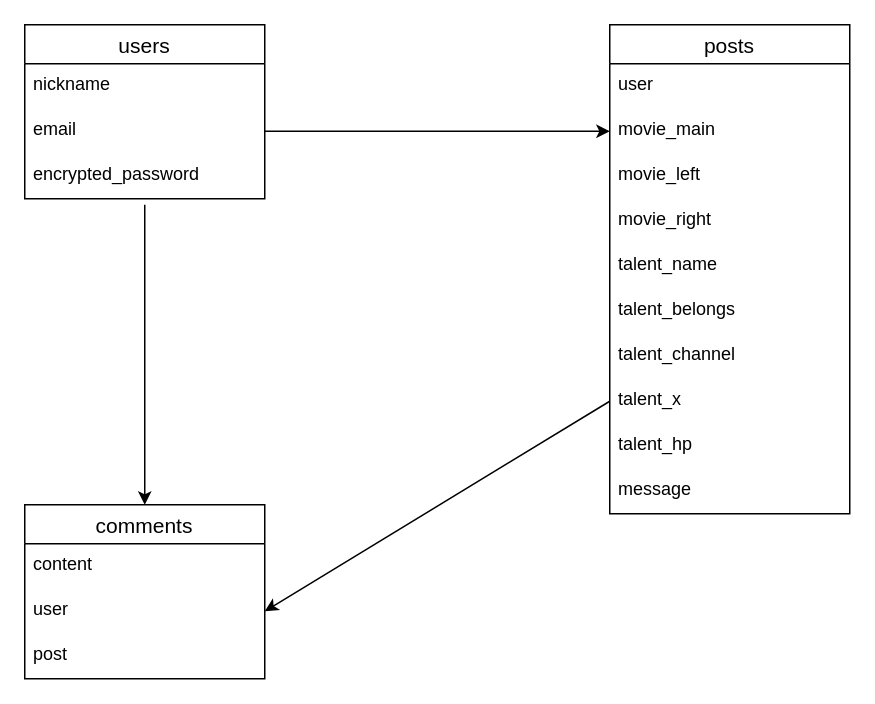
ryotaro960/vlinker keeps this draw.io diagram as page "ページ1" (1 of 2) of vlinker.dio. Above is the earlier version. Source tidied: cells renumbered, new cells numbered last; positions are measured from the earlier drawing's top-left corner, leaving out a move shared by most shapes. Both pictures are drawn from the tidied source at 150%, with x=0, y=0 at pixel (24, 24).
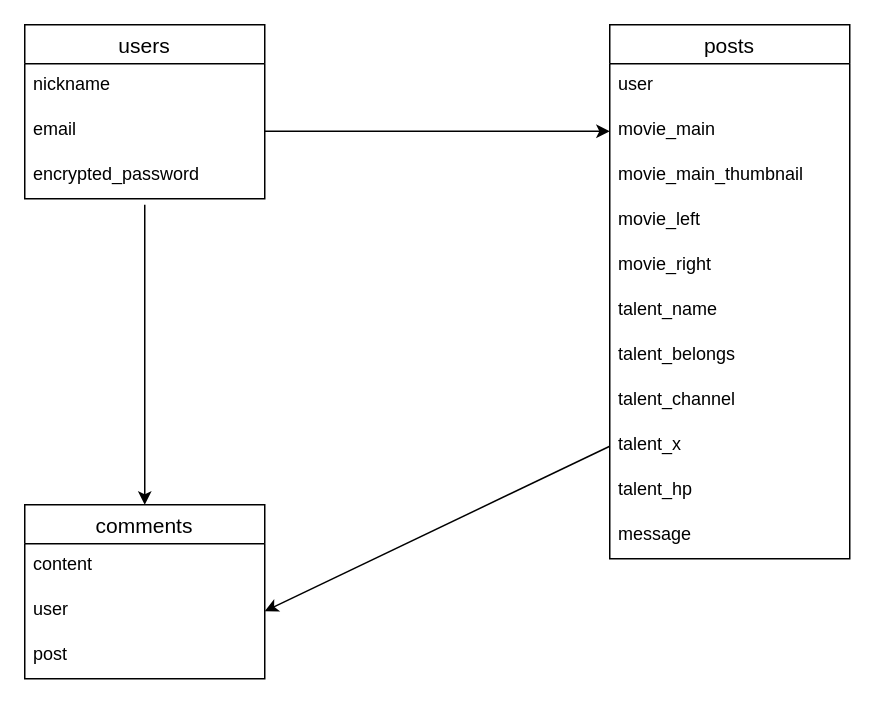
After the change.

What changed in the source:
```diff
@@
     <mxCell id="6" value="posts" style="swimlane;fontStyle=0;horizontal=1;startSize=26;align=center;fontSize=14;" parent="1" vertex="1">
-      <mxGeometry x="390" width="160" height="326" as="geometry" />
+      <mxGeometry x="390" width="160" height="356" as="geometry" />
     </mxCell>
@@
+    <mxCell id="24" value="movie_main_thumbnail" style="text;strokeColor=none;fillColor=none;spacingLeft=4;spacingRight=4;overflow=hidden;fontSize=12;" parent="6" vertex="1">
+      <mxGeometry y="86" width="160" height="30" as="geometry" />
+    </mxCell>
     <mxCell id="9" value="movie_left" style="text;strokeColor=none;fillColor=none;spacingLeft=4;spacingRight=4;overflow=hidden;fontSize=12;" parent="6" vertex="1">
-      <mxGeometry y="86" width="160" height="30" as="geometry" />
+      <mxGeometry y="116" width="160" height="30" as="geometry" />
     </mxCell>
     <mxCell id="10" value="movie_right" style="text;strokeColor=none;fillColor=none;spacingLeft=4;spacingRight=4;overflow=hidden;fontSize=12;" parent="6" vertex="1">
-      <mxGeometry y="116" width="160" height="30" as="geometry" />
+      <mxGeometry y="146" width="160" height="30" as="geometry" />
     </mxCell>
     <mxCell id="11" value="talent_name" style="text;strokeColor=none;fillColor=none;spacingLeft=4;spacingRight=4;overflow=hidden;fontSize=12;" parent="6" vertex="1">
-      <mxGeometry y="146" width="160" height="30" as="geometry" />
+      <mxGeometry y="176" width="160" height="30" as="geometry" />
     </mxCell>
     <mxCell id="12" value="talent_belongs" style="text;strokeColor=none;fillColor=none;spacingLeft=4;spacingRight=4;overflow=hidden;fontSize=12;" parent="6" vertex="1">
-      <mxGeometry y="176" width="160" height="30" as="geometry" />
+      <mxGeometry y="206" width="160" height="30" as="geometry" />
     </mxCell>
     <mxCell id="13" value="talent_channel" style="text;strokeColor=none;fillColor=none;spacingLeft=4;spacingRight=4;overflow=hidden;fontSize=12;" parent="6" vertex="1">
-      <mxGeometry y="206" width="160" height="30" as="geometry" />
+      <mxGeometry y="236" width="160" height="30" as="geometry" />
     </mxCell>
     <mxCell id="14" value="talent_x" style="text;strokeColor=none;fillColor=none;spacingLeft=4;spacingRight=4;overflow=hidden;points=[[0,0.5],[1,0.5]];portConstraint=eastwest;fontSize=12;" parent="6" vertex="1">
-      <mxGeometry y="236" width="160" height="30" as="geometry" />
+      <mxGeometry y="266" width="160" height="30" as="geometry" />
     </mxCell>
     <mxCell id="15" value="talent_hp" style="text;strokeColor=none;fillColor=none;spacingLeft=4;spacingRight=4;overflow=hidden;fontSize=12;" parent="6" vertex="1">
-      <mxGeometry y="266" width="160" height="30" as="geometry" />
+      <mxGeometry y="296" width="160" height="30" as="geometry" />
     </mxCell>
     <mxCell id="16" value="message" style="text;strokeColor=none;fillColor=none;spacingLeft=4;spacingRight=4;overflow=hidden;fontSize=12;" parent="6" vertex="1">
-      <mxGeometry y="296" width="160" height="30" as="geometry" />
+      <mxGeometry y="326" width="160" height="30" as="geometry" />
     </mxCell>
```
